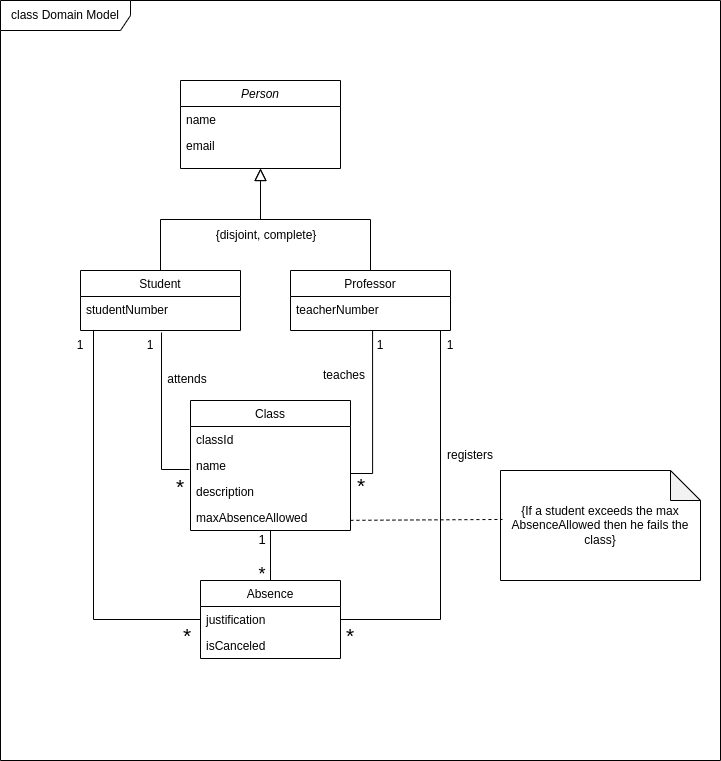
The draw.io diagram images/domain_model.png in P1ntas/ESOF, before a commit. Source tidied: cells renumbered, new cells last; positions are measured from the earlier drawing's top-left corner, leaving out a move shared by most shapes.
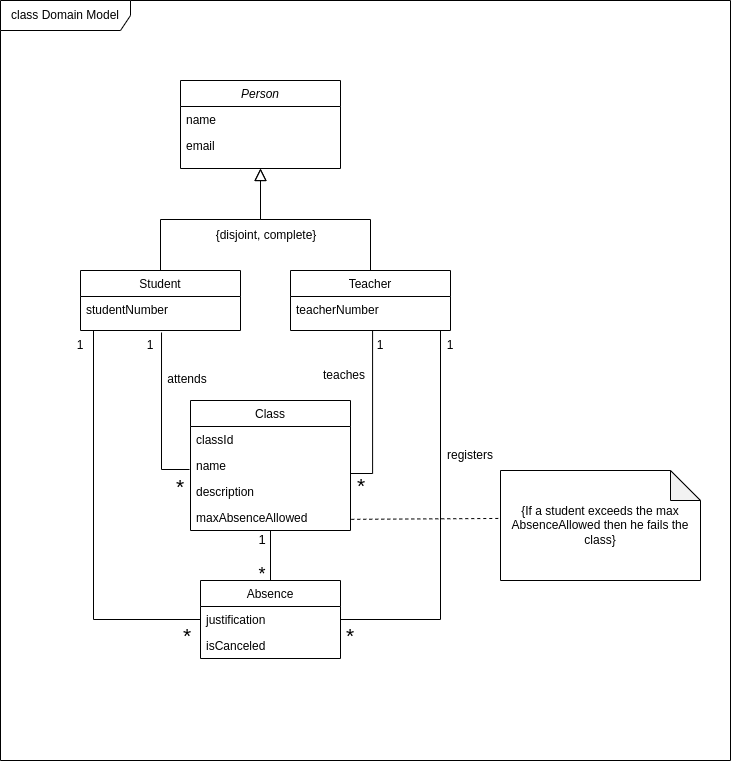
The same file after the commit.

Commit message:
Minor Changes to Domain Model

The edit, as a diff of the source:
```diff
@@ -20,7 +20,7 @@
     <mxCell id="7" style="endArrow=block;endSize=10;endFill=0;shadow=0;strokeWidth=1;rounded=0;edgeStyle=elbowEdgeStyle;elbow=vertical;" parent="1" edge="1" source="5" target="2">
       <mxGeometry relative="1" as="geometry" />
     </mxCell>
-    <mxCell id="8" value="Professor" style="swimlane;fontStyle=0;align=center;verticalAlign=top;horizontal=1;startSize=26;rounded=0;shadow=0;strokeWidth=1;" parent="1" vertex="1">
+    <mxCell id="8" value="Teacher" style="swimlane;fontStyle=0;align=center;verticalAlign=top;horizontal=1;startSize=26;rounded=0;shadow=0;strokeWidth=1;" parent="1" vertex="1">
       <mxGeometry x="290" y="270" width="160" height="60" as="geometry" />
     </mxCell>
     <mxCell id="9" value="teacherNumber" style="text;align=left;verticalAlign=top;spacingLeft=4;spacingRight=4;overflow=hidden;" parent="8" vertex="1">
@@ -116,13 +116,16 @@
       <mxGeometry x="50" y="330" width="60" height="30" as="geometry" />
     </mxCell>
     <mxCell id="35" value="class Domain Model" style="shape=umlFrame;whiteSpace=wrap;html=1;fontSize=12;width=130;height=30;" parent="1" vertex="1">
-      <mxGeometry width="720" height="760" as="geometry" />
+      <mxGeometry width="730" height="760" as="geometry" />
     </mxCell>
     <mxCell id="36" value="{If a student exceeds the max AbsenceAllowed then he fails the class}" style="shape=note;whiteSpace=wrap;html=1;backgroundOutline=1;darkOpacity=0.05;fontSize=12;" parent="1" vertex="1">
       <mxGeometry x="500" y="470" width="200" height="110" as="geometry" />
     </mxCell>
-    <mxCell id="37" style="endArrow=none;dashed=1;html=1;rounded=0;fontSize=12;exitX=0.486;exitY=0.684;exitDx=0;exitDy=0;exitPerimeter=0;entryX=0.01;entryY=0.445;entryDx=0;entryDy=0;entryPerimeter=0;" parent="1" edge="1" source="35" target="36">
-      <mxGeometry relative="1" as="geometry" />
+    <mxCell id="37" style="endArrow=none;dashed=1;html=1;rounded=0;fontSize=12;exitX=0.486;exitY=0.684;exitDx=0;exitDy=0;exitPerimeter=0;entryX=0.01;entryY=0.445;entryDx=0;entryDy=0;entryPerimeter=0;" parent="1" edge="1">
+      <mxGeometry relative="1" as="geometry">
+        <mxPoint x="350.8" y="518.8" as="sourcePoint" />
+        <mxPoint x="498" y="518" as="targetPoint" />
+      </mxGeometry>
     </mxCell>
     <mxCell id="38" value="{disjoint, complete}" style="text;html=1;strokeColor=none;fillColor=none;align=center;verticalAlign=middle;whiteSpace=wrap;rounded=0;" parent="1" vertex="1">
       <mxGeometry x="201" y="220" width="130" height="30" as="geometry" />
```
